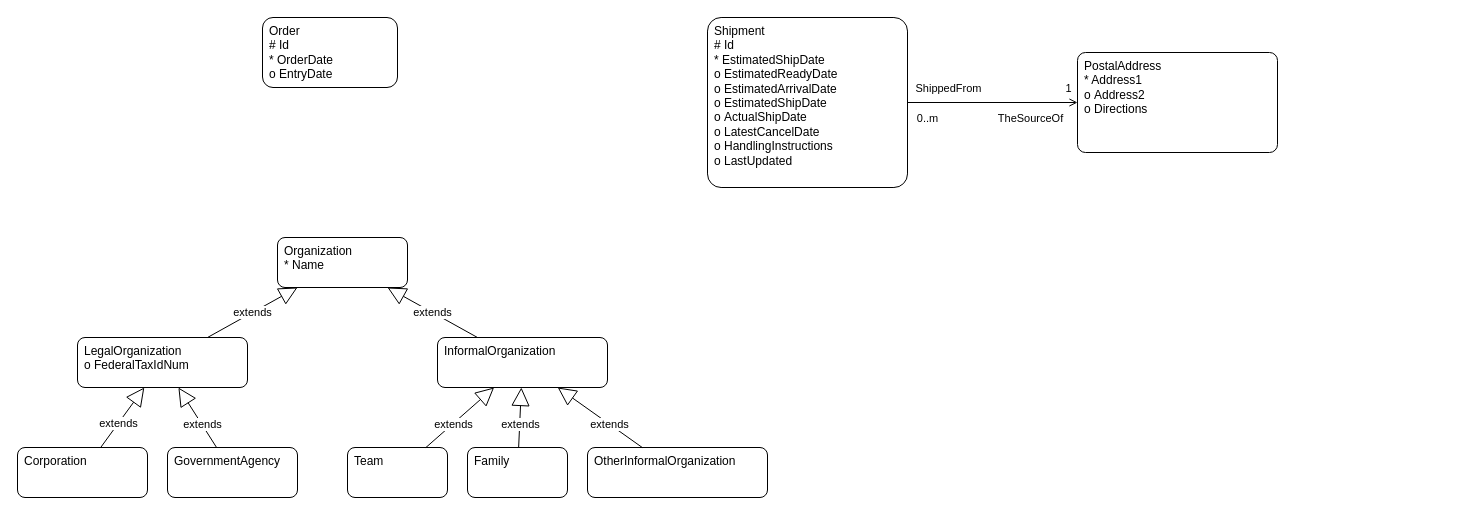
Before: docs/draw/DMR.drawio in chavp/DataModeling, a draw.io diagram. Source tidied: cells renumbered, new cells numbered last; positions are measured from the earlier drawing's top-left corner, leaving out a move shared by most shapes. Both pictures are drawn from the tidied source at 100%, with x=0, y=0 at pixel (17, 17).
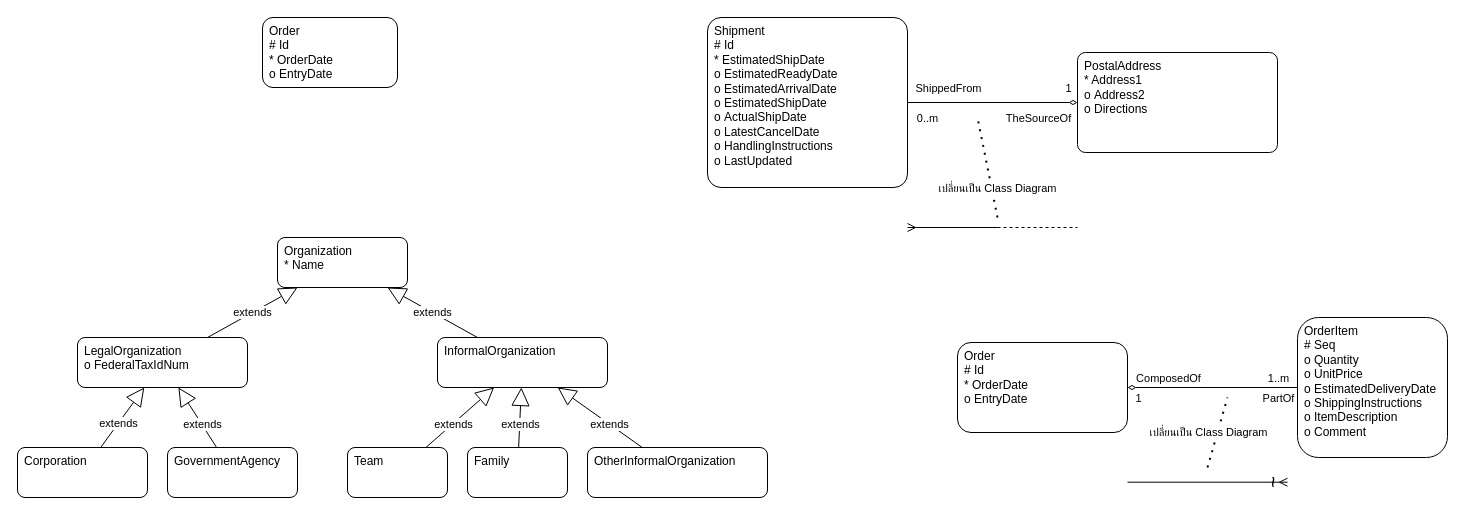
The same diagram, later.

Unchanged cells that the change refers to:
```xml
<mxCell id="29" value="&lt;div&gt;&lt;span style=&quot;background-color: transparent; color: light-dark(rgb(0, 0, 0), rgb(255, 255, 255));&quot;&gt;Shipment&lt;/span&gt;&lt;/div&gt;&lt;div&gt;# Id&lt;br&gt;&lt;div&gt;* EstimatedShipDate&lt;/div&gt;&lt;/div&gt;&lt;div&gt;o&amp;nbsp;&lt;span style=&quot;background-color: transparent; color: light-dark(rgb(0, 0, 0), rgb(255, 255, 255));&quot;&gt;EstimatedReadyDate&lt;/span&gt;&lt;/div&gt;&lt;div&gt;o&amp;nbsp;&lt;span style=&quot;color: light-dark(rgb(0, 0, 0), rgb(255, 255, 255)); background-color: transparent;&quot;&gt;EstimatedArrivalDate&lt;/span&gt;&lt;span style=&quot;background-color: transparent; color: light-dark(rgb(0, 0, 0), rgb(255, 255, 255));&quot;&gt;&lt;/span&gt;&lt;/div&gt;&lt;div&gt;o&amp;nbsp;&lt;span style=&quot;color: light-dark(rgb(0, 0, 0), rgb(255, 255, 255)); background-color: transparent;&quot;&gt;EstimatedShipDate&lt;/span&gt;&lt;span style=&quot;color: light-dark(rgb(0, 0, 0), rgb(255, 255, 255)); background-color: transparent;&quot;&gt;&lt;/span&gt;&lt;/div&gt;&lt;div&gt;o&amp;nbsp;&lt;span style=&quot;color: light-dark(rgb(0, 0, 0), rgb(255, 255, 255)); background-color: transparent;&quot;&gt;&lt;/span&gt;&lt;span style=&quot;background-color: transparent; color: light-dark(rgb(0, 0, 0), rgb(255, 255, 255));&quot;&gt;ActualShipDate&lt;/span&gt;&lt;/div&gt;&lt;div&gt;o&amp;nbsp;&lt;span style=&quot;color: light-dark(rgb(0, 0, 0), rgb(255, 255, 255)); background-color: transparent;&quot;&gt;LatestCancelDate&lt;/span&gt;&lt;span style=&quot;color: light-dark(rgb(0, 0, 0), rgb(255, 255, 255)); background-color: transparent;&quot;&gt;&lt;/span&gt;&lt;/div&gt;&lt;div&gt;o&amp;nbsp;&lt;span style=&quot;color: light-dark(rgb(0, 0, 0), rgb(255, 255, 255)); background-color: transparent;&quot;&gt;HandlingInstructions&lt;/span&gt;&lt;span style=&quot;color: light-dark(rgb(0, 0, 0), rgb(255, 255, 255)); background-color: transparent;&quot;&gt;&lt;/span&gt;&lt;/div&gt;&lt;div&gt;o&amp;nbsp;&lt;span style=&quot;color: light-dark(rgb(0, 0, 0), rgb(255, 255, 255)); background-color: transparent;&quot;&gt;LastUpdated&lt;/span&gt;&lt;span style=&quot;color: light-dark(rgb(0, 0, 0), rgb(255, 255, 255)); background-color: transparent;&quot;&gt;&lt;/span&gt;&lt;/div&gt;&lt;div&gt;&lt;span style=&quot;background-color: transparent; color: light-dark(rgb(0, 0, 0), rgb(255, 255, 255));&quot;&gt;&lt;br&gt;&lt;/span&gt;&lt;/div&gt;" style="rounded=1;whiteSpace=wrap;html=1;verticalAlign=top;align=left;spacingTop=0;spacingLeft=5;arcSize=8;" parent="1" vertex="1">
  <mxGeometry x="690" width="200" height="170" as="geometry" />
</mxCell>
<mxCell id="30" value="&lt;div&gt;&lt;span style=&quot;background-color: transparent; color: light-dark(rgb(0, 0, 0), rgb(255, 255, 255));&quot;&gt;PostalAddress&lt;/span&gt;&lt;/div&gt;&lt;div&gt;&lt;div&gt;* Address1&lt;/div&gt;&lt;/div&gt;&lt;div&gt;o&amp;nbsp;&lt;span style=&quot;background-color: transparent; color: light-dark(rgb(0, 0, 0), rgb(255, 255, 255));&quot;&gt;Address2&lt;/span&gt;&lt;/div&gt;&lt;div&gt;o&amp;nbsp;&lt;span style=&quot;color: light-dark(rgb(0, 0, 0), rgb(255, 255, 255)); background-color: transparent;&quot;&gt;Directions&lt;/span&gt;&lt;/div&gt;&lt;div&gt;&lt;span style=&quot;background-color: transparent; color: light-dark(rgb(0, 0, 0), rgb(255, 255, 255));&quot;&gt;&lt;br&gt;&lt;/span&gt;&lt;/div&gt;" style="rounded=1;whiteSpace=wrap;html=1;verticalAlign=top;align=left;spacingTop=0;spacingLeft=5;arcSize=8;" parent="1" vertex="1">
  <mxGeometry x="1060" y="35" width="200" height="100" as="geometry" />
</mxCell>
```

Change to the diagram source:
```diff
@@
-    <mxCell id="24" style="edgeStyle=orthogonalEdgeStyle;rounded=0;jettySize=auto;html=1;endArrow=open;endFill=0;" parent="1" edge="1" source="29" target="30">
+    <mxCell id="24" style="edgeStyle=orthogonalEdgeStyle;rounded=0;jettySize=auto;html=1;endArrow=diamondThin;endFill=0;" parent="1" edge="1" source="29" target="30">
       <mxGeometry relative="1" as="geometry" />
     </mxCell>
@@
     <mxCell id="26" value="TheSourceOf" style="edgeLabel;html=1;align=center;verticalAlign=middle;" parent="24" vertex="1">
       <mxGeometry x="0.43" y="-2" relative="1" as="geometry">
-        <mxPoint y="13" as="offset" />
+        <mxPoint x="8" y="13" as="offset" />
       </mxGeometry>
     </mxCell>
@@
+    <mxCell id="31" value="Order&lt;div&gt;# Id&lt;br&gt;&lt;div&gt;* OrderDate&lt;/div&gt;&lt;/div&gt;&lt;div&gt;o EntryDate&lt;/div&gt;" style="rounded=1;whiteSpace=wrap;html=1;verticalAlign=top;align=left;spacingTop=0;spacingLeft=5;" parent="1" vertex="1">
+      <mxGeometry x="940" y="325" width="170" height="90" as="geometry" />
+    </mxCell>
+    <mxCell id="32" style="edgeStyle=orthogonalEdgeStyle;rounded=0;jettySize=auto;html=1;endArrow=diamondThin;endFill=0;" parent="1" edge="1" source="37" target="31">
+      <mxGeometry relative="1" as="geometry" />
+    </mxCell>
+    <mxCell id="33" value="ComposedOf" style="edgeLabel;html=1;align=center;verticalAlign=middle;" parent="32" vertex="1">
+      <mxGeometry x="-0.57" y="-1" relative="1" as="geometry">
+        <mxPoint x="-93" y="-9" as="offset" />
+      </mxGeometry>
+    </mxCell>
+    <mxCell id="34" value="PartOf" style="edgeLabel;html=1;align=center;verticalAlign=middle;" parent="32" vertex="1">
+      <mxGeometry x="0.68" y="1" relative="1" as="geometry">
+        <mxPoint x="123" y="9" as="offset" />
+      </mxGeometry>
+    </mxCell>
+    <mxCell id="35" value="1" style="edgeLabel;html=1;align=center;verticalAlign=middle;" parent="32" vertex="1">
+      <mxGeometry x="0.72" y="2" relative="1" as="geometry">
+        <mxPoint x="-14" y="8" as="offset" />
+      </mxGeometry>
+    </mxCell>
+    <mxCell id="36" value="1..m" style="edgeLabel;html=1;align=center;verticalAlign=middle;" parent="32" vertex="1">
+      <mxGeometry x="-0.81" relative="1" as="geometry">
+        <mxPoint x="-4" y="-10" as="offset" />
+      </mxGeometry>
+    </mxCell>
+    <mxCell id="37" value="OrderItem&lt;div&gt;# Seq&lt;/div&gt;&lt;div&gt;o Quantity&lt;/div&gt;&lt;div&gt;o UnitPrice&lt;/div&gt;&lt;div&gt;o EstimatedDeliveryDate&lt;/div&gt;&lt;div&gt;o ShippingInstructions&lt;/div&gt;&lt;div&gt;o ItemDescription&lt;/div&gt;&lt;div&gt;o Comment&lt;/div&gt;" style="rounded=1;whiteSpace=wrap;html=1;verticalAlign=top;align=left;spacingTop=0;spacingLeft=5;" parent="1" vertex="1">
+      <mxGeometry x="1280" y="300" width="150" height="140" as="geometry" />
+    </mxCell>
+    <mxCell id="38" style="endArrow=ERmany;html=1;rounded=0;endFill=0;" parent="1" edge="1">
+      <mxGeometry relative="1" as="geometry">
+        <mxPoint x="1110" y="464.7" as="sourcePoint" />
+        <mxPoint x="1270" y="464.7" as="targetPoint" />
+      </mxGeometry>
+    </mxCell>
+    <mxCell id="39" value="~" style="text;html=1;align=center;verticalAlign=middle;whiteSpace=wrap;rounded=0;fontSize=20;rotation=-90;" parent="1" vertex="1">
+      <mxGeometry x="1225" y="450" width="60" height="30" as="geometry" />
+    </mxCell>
+    <mxCell id="40" style="endArrow=none;dashed=1;html=1;dashPattern=1 3;strokeWidth=2;rounded=0;" parent="1" edge="1">
+      <mxGeometry relative="1" as="geometry">
+        <mxPoint x="1190" y="450" as="sourcePoint" />
+        <mxPoint x="1210" y="380" as="targetPoint" />
+      </mxGeometry>
+    </mxCell>
+    <mxCell id="41" value="เปลี่ยนเป็น Class Diagram" style="edgeLabel;html=1;align=center;verticalAlign=middle;" parent="40" vertex="1">
+      <mxGeometry x="-0.05" y="-1" relative="1" as="geometry">
+        <mxPoint x="-10" y="-2" as="offset" />
+      </mxGeometry>
+    </mxCell>
+    <mxCell id="42" style="endArrow=none;html=1;rounded=0;endFill=0;startArrow=ERmany;startFill=0;" parent="1" edge="1">
+      <mxGeometry relative="1" as="geometry">
+        <mxPoint x="890" y="210" as="sourcePoint" />
+        <mxPoint x="980" y="210" as="targetPoint" />
+      </mxGeometry>
+    </mxCell>
+    <mxCell id="43" style="endArrow=none;dashed=1;html=1;dashPattern=1 3;strokeWidth=2;rounded=0;" parent="1" edge="1">
+      <mxGeometry relative="1" as="geometry">
+        <mxPoint x="980" y="200" as="sourcePoint" />
+        <mxPoint x="960" y="100" as="targetPoint" />
+      </mxGeometry>
+    </mxCell>
+    <mxCell id="44" value="เปลี่ยนเป็น Class Diagram" style="edgeLabel;html=1;align=center;verticalAlign=middle;" parent="43" vertex="1">
+      <mxGeometry x="-0.05" y="-1" relative="1" as="geometry">
+        <mxPoint x="8" y="18" as="offset" />
+      </mxGeometry>
+    </mxCell>
+    <mxCell id="45" style="endArrow=none;html=1;rounded=0;dashed=1;" parent="1" edge="1">
+      <mxGeometry relative="1" as="geometry">
+        <mxPoint x="980" y="210" as="sourcePoint" />
+        <mxPoint x="1060" y="210" as="targetPoint" />
+      </mxGeometry>
+    </mxCell>
```
